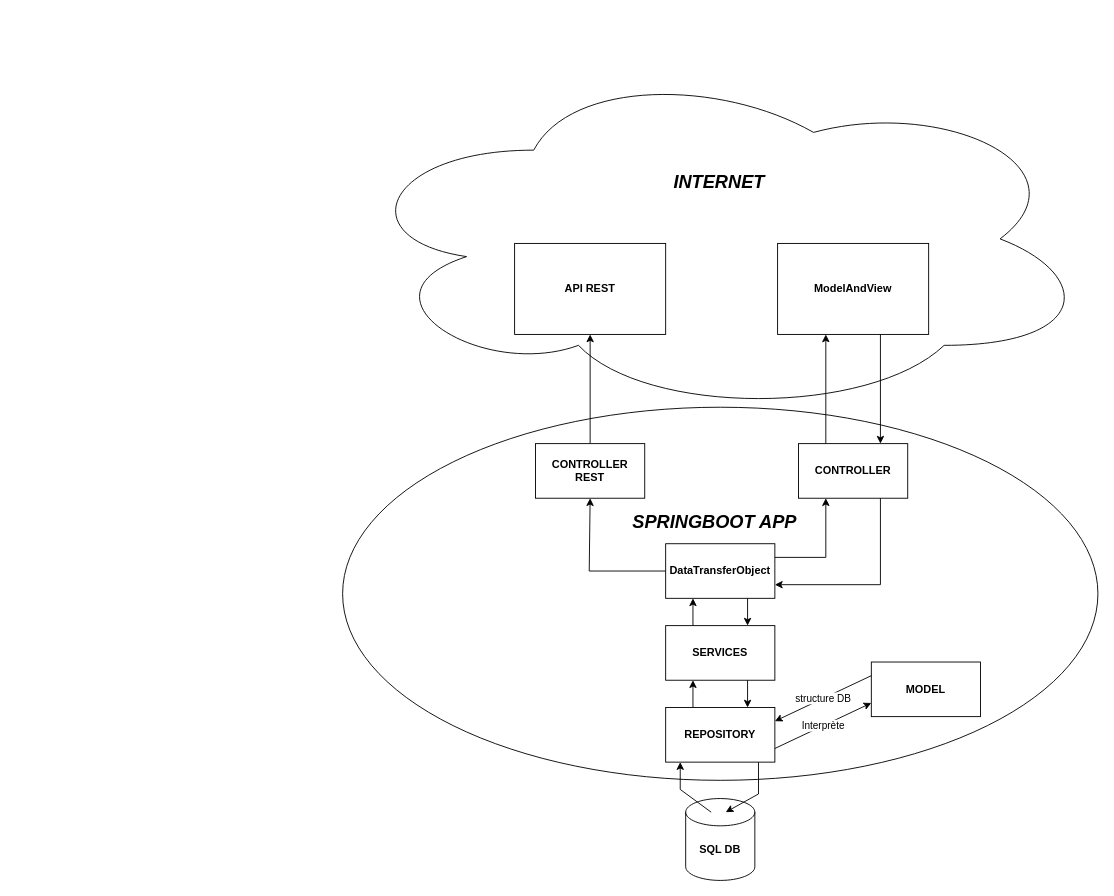
This is Ressources/diagrammes/OrtieCare_Architecture.drawio from POEC-JAVA-CLERMONT-2022/Ortie_Care, a draw.io file, before an edit. Source tidied: cells renumbered, new cells numbered last; positions are measured from the earlier drawing's top-left corner, leaving out a move shared by most shapes. Both pictures are drawn from the tidied source at 91%, with x=0, y=0 at pixel (342, 61).
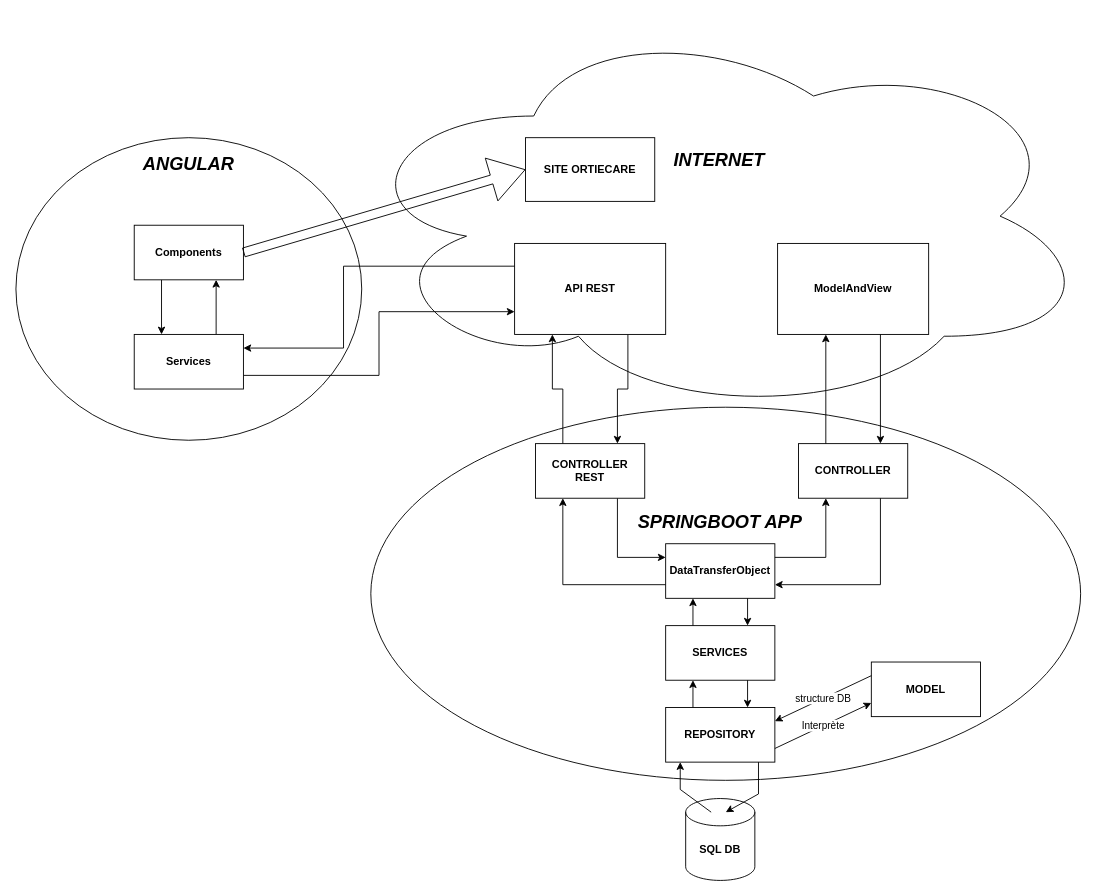
The same diagram, later.

Commit message (it also covers changes not shown here):
depence pom jar & diagramme

The change refers to these unchanged cells:
```xml
<mxCell id="7" value="&lt;b&gt;API REST&lt;/b&gt;" style="rounded=0;whiteSpace=wrap;html=1;" parent="4" vertex="1">
  <mxGeometry x="189" y="200" width="166" height="100" as="geometry" />
</mxCell>
<mxCell id="8" value="&lt;b&gt;DataTransferObject&lt;/b&gt;" style="rounded=0;whiteSpace=wrap;html=1;" parent="4" vertex="1">
  <mxGeometry x="355" y="530" width="120" height="60" as="geometry" />
</mxCell>
<mxCell id="12" value="&lt;b&gt;CONTROLLER REST&lt;/b&gt;" style="rounded=0;whiteSpace=wrap;html=1;" parent="4" vertex="1">
  <mxGeometry x="212" y="420" width="120" height="60" as="geometry" />
</mxCell>
```

What changed in the source:
```diff
@@
     <mxCell id="2" value="&lt;b&gt;&lt;i&gt;&lt;font style=&quot;font-size: 20px&quot;&gt;SPRINGBOOT APP&lt;/font&gt;&lt;/i&gt;&lt;/b&gt;" style="ellipse;whiteSpace=wrap;html=1;movableLabel=1;" parent="1" vertex="1">
-      <mxGeometry y="380" width="830" height="410" as="geometry">
+      <mxGeometry x="31" y="380" width="780" height="410" as="geometry">
         <mxPoint x="-6" y="-80" as="offset" />
       </mxGeometry>
     </mxCell>
     <mxCell id="3" value="&lt;b&gt;&lt;i&gt;&lt;font style=&quot;font-size: 20px&quot;&gt;INTERNET&lt;/font&gt;&lt;/i&gt;&lt;/b&gt;" style="ellipse;shape=cloud;whiteSpace=wrap;html=1;movableLabel=1;" parent="1" vertex="1">
-      <mxGeometry x="5" width="820" height="390" as="geometry">
+      <mxGeometry x="5" y="-50" width="820" height="440" as="geometry">
         <mxPoint x="-1" y="-63" as="offset" />
       </mxGeometry>
     </mxCell>
+    <mxCell id="28" style="endArrow=classic;html=1;rounded=0;exitX=0.75;exitY=1;exitDx=0;exitDy=0;entryX=0;entryY=0.25;entryDx=0;entryDy=0;" parent="1" edge="1" source="12" target="8">
+      <mxGeometry relative="1" as="geometry">
+        <Array as="points">
+          <mxPoint x="302" y="545" />
+        </Array>
+      </mxGeometry>
+    </mxCell>
+    <mxCell id="29" style="edgeStyle=orthogonalEdgeStyle;rounded=0;jettySize=auto;html=1;entryX=0.75;entryY=0;entryDx=0;entryDy=0;exitX=0.75;exitY=1;exitDx=0;exitDy=0;" parent="1" edge="1" source="7" target="12">
+      <mxGeometry relative="1" as="geometry">
+        <Array as="points">
+          <mxPoint x="314" y="360" />
+          <mxPoint x="302" y="360" />
+        </Array>
+      </mxGeometry>
+    </mxCell>
@@
-    <mxCell id="11" style="edgeStyle=orthogonalEdgeStyle;rounded=0;jettySize=auto;html=1;" parent="4" edge="1" source="12" target="7">
-      <mxGeometry relative="1" as="geometry" />
+    <mxCell id="11" style="edgeStyle=orthogonalEdgeStyle;rounded=0;jettySize=auto;html=1;entryX=0.25;entryY=1;entryDx=0;entryDy=0;exitX=0.25;exitY=0;exitDx=0;exitDy=0;" parent="4" edge="1" source="12" target="7">
+      <mxGeometry relative="1" as="geometry">
+        <Array as="points">
+          <mxPoint x="242" y="360" />
+          <mxPoint x="231" y="360" />
+        </Array>
+      </mxGeometry>
     </mxCell>
@@
-    <mxCell id="19" style="endArrow=classic;html=1;rounded=0;exitX=0;exitY=0.5;exitDx=0;exitDy=0;entryX=0.5;entryY=1;entryDx=0;entryDy=0;" parent="4" edge="1" source="8" target="12">
+    <mxCell id="19" style="endArrow=classic;html=1;rounded=0;exitX=0;exitY=0.75;exitDx=0;exitDy=0;entryX=0.25;entryY=1;entryDx=0;entryDy=0;" parent="4" edge="1" source="8" target="12">
       <mxGeometry relative="1" as="geometry">
         <Array as="points">
-          <mxPoint x="271" y="560" />
+          <mxPoint x="242" y="575" />
         </Array>
       </mxGeometry>
     </mxCell>
@@
+    <mxCell id="30" value="&lt;b&gt;&lt;i&gt;&lt;font style=&quot;font-size: 20px&quot;&gt;ANGULAR&lt;br&gt;&lt;/font&gt;&lt;/i&gt;&lt;/b&gt;" style="ellipse;whiteSpace=wrap;html=1;movableLabel=1;" parent="4" vertex="1">
+      <mxGeometry x="-359" y="83.8" width="380" height="332.5" as="geometry">
+        <mxPoint y="-138" as="offset" />
+      </mxGeometry>
+    </mxCell>
+    <mxCell id="31" style="edgeStyle=orthogonalEdgeStyle;rounded=0;jettySize=auto;html=1;exitX=1;exitY=0.75;exitDx=0;exitDy=0;entryX=0;entryY=0.75;entryDx=0;entryDy=0;" parent="4" edge="1" source="33" target="7">
+      <mxGeometry relative="1" as="geometry" />
+    </mxCell>
+    <mxCell id="32" style="edgeStyle=orthogonalEdgeStyle;rounded=0;jettySize=auto;html=1;exitX=0.75;exitY=0;exitDx=0;exitDy=0;entryX=0.75;entryY=1;entryDx=0;entryDy=0;" parent="4" edge="1" source="33" target="35">
+      <mxGeometry relative="1" as="geometry" />
+    </mxCell>
+    <mxCell id="33" value="&lt;b&gt;Services&lt;/b&gt;" style="rounded=0;whiteSpace=wrap;html=1;" parent="4" vertex="1">
+      <mxGeometry x="-229" y="300" width="120" height="60" as="geometry" />
+    </mxCell>
+    <mxCell id="34" style="edgeStyle=orthogonalEdgeStyle;rounded=0;jettySize=auto;html=1;exitX=0.25;exitY=1;exitDx=0;exitDy=0;entryX=0.25;entryY=0;entryDx=0;entryDy=0;" parent="4" edge="1" source="35" target="33">
+      <mxGeometry relative="1" as="geometry" />
+    </mxCell>
+    <mxCell id="35" value="&lt;b&gt;Components&lt;br&gt;&lt;/b&gt;" style="rounded=0;whiteSpace=wrap;html=1;" parent="4" vertex="1">
+      <mxGeometry x="-229" y="180" width="120" height="60" as="geometry" />
+    </mxCell>
+    <mxCell id="36" style="edgeStyle=orthogonalEdgeStyle;rounded=0;jettySize=auto;html=1;exitX=0;exitY=0.25;exitDx=0;exitDy=0;entryX=1;entryY=0.25;entryDx=0;entryDy=0;" parent="4" edge="1" source="7" target="33">
+      <mxGeometry relative="1" as="geometry">
+        <Array as="points">
+          <mxPoint x="1" y="225" />
+          <mxPoint x="1" y="315" />
+        </Array>
+      </mxGeometry>
+    </mxCell>
+    <mxCell id="37" style="shape=flexArrow;endArrow=classic;html=1;rounded=0;exitX=1;exitY=0.5;exitDx=0;exitDy=0;endWidth=38;endSize=12.46;entryX=0;entryY=0.5;entryDx=0;entryDy=0;" parent="4" edge="1" source="35" target="38">
+      <mxGeometry relative="1" as="geometry" />
+    </mxCell>
+    <mxCell id="38" value="&lt;b&gt;SITE ORTIECARE&lt;/b&gt;" style="rounded=0;whiteSpace=wrap;html=1;" parent="4" vertex="1">
+      <mxGeometry x="201" y="83.8" width="142" height="70" as="geometry" />
+    </mxCell>
```
